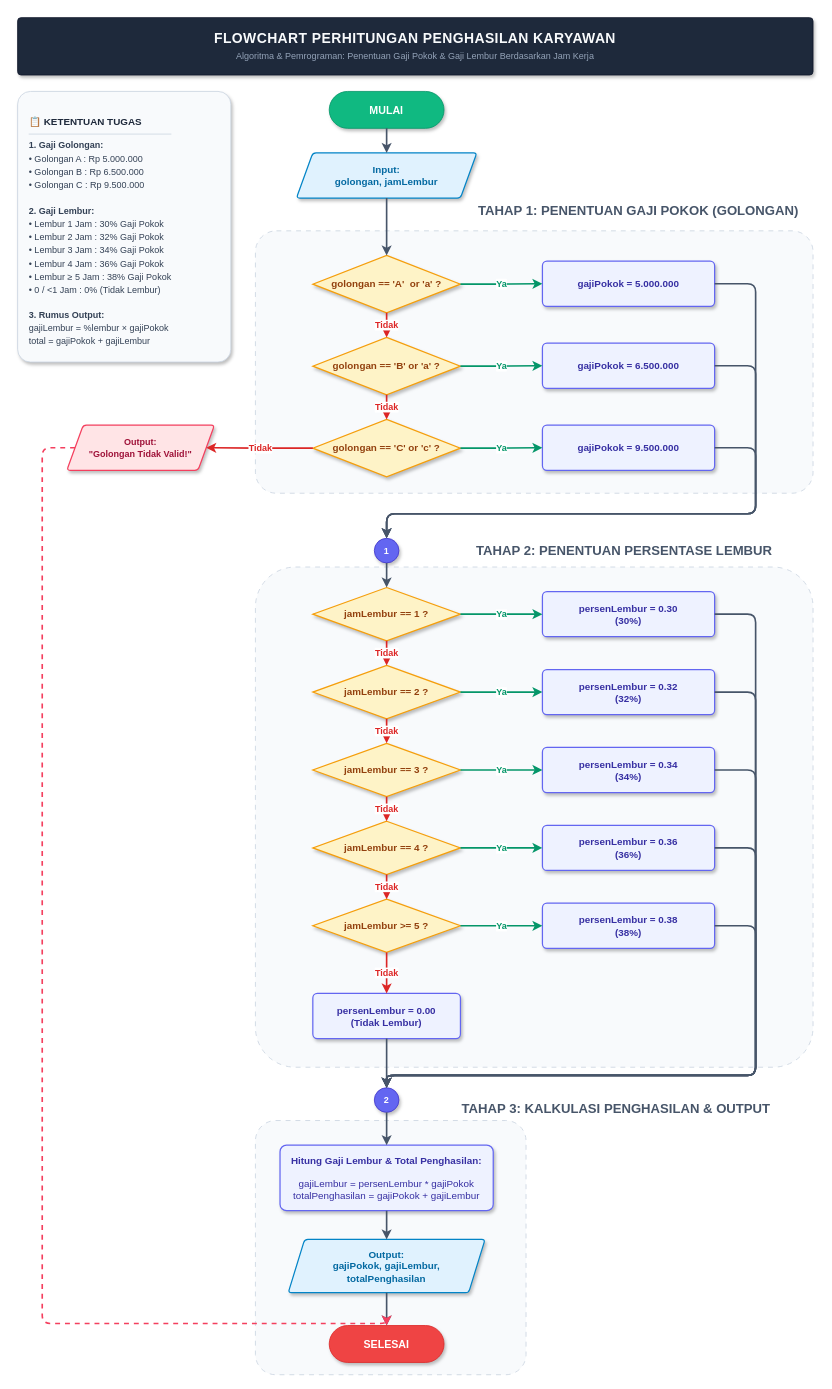
ahmad-fahrudin/tugas-1-2-dan-3-algoritma-dan-pemograman keeps this draw.io diagram as flowchart_pseudocode/flowchart_gaji_karyawan.drawio. Above is the earlier version. Source tidied: cells renumbered, new cells numbered last; positions are measured from the earlier drawing's top-left corner, leaving out a move shared by most shapes. Both pictures are drawn from the tidied source at 82%, with x=0, y=0 at pixel (17, 17).
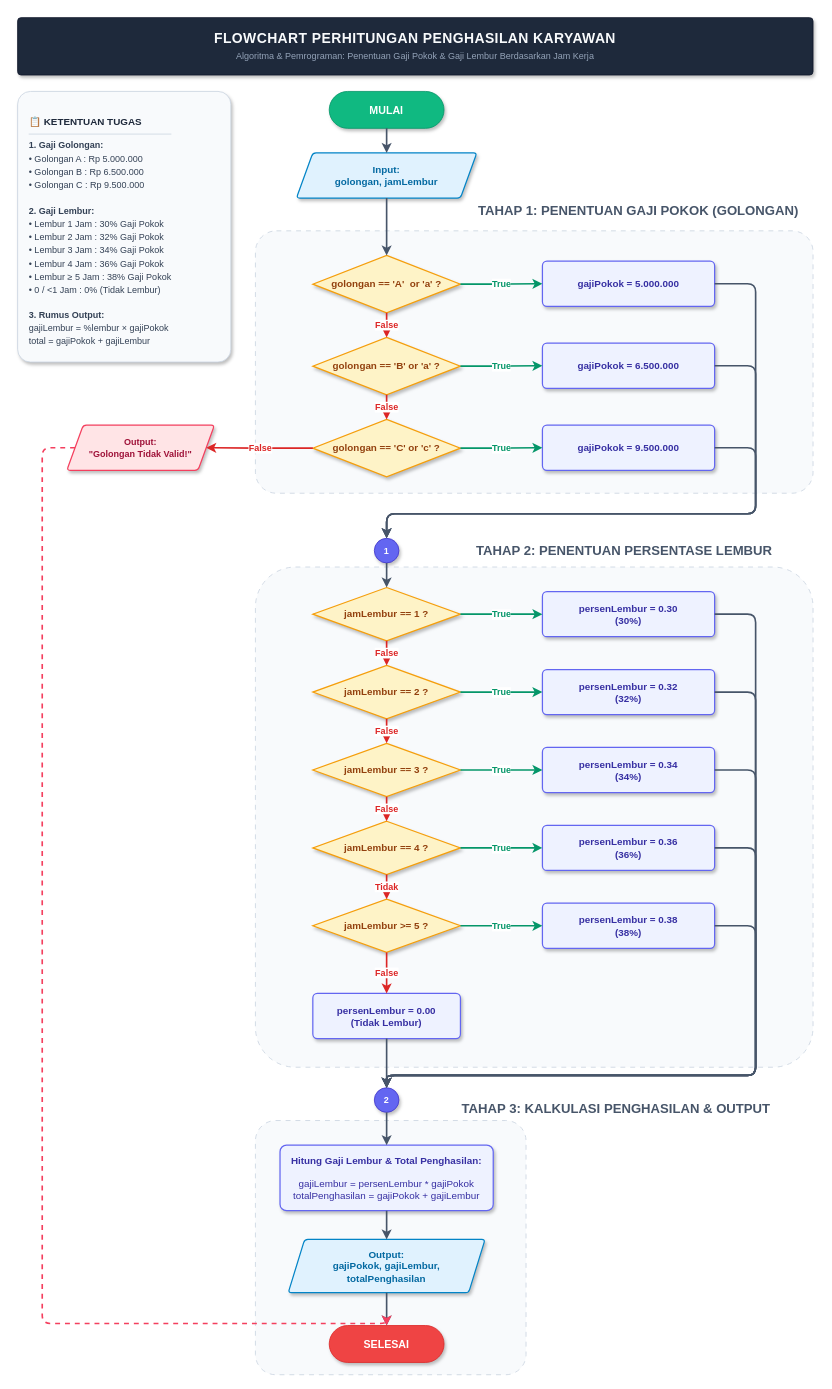
After the change.

Commit message (it also covers changes not shown here):
feat: enhance terminal UI with ANSI colors and formatted card layouts

The change refers to these unchanged cells:
```xml
<mxCell id="10" value="golongan == 'A'&amp;nbsp; or 'a' ?" style="rhombus;whiteSpace=wrap;html=1;fillColor=#fef3c7;strokeColor=#f59e0b;strokeWidth=1.5;fontColor=#92400e;fontStyle=1;fontSize=12;shadow=1;" parent="1" vertex="1">
  <mxGeometry x="360" y="290" width="180" height="70" as="geometry" />
</mxCell>
<mxCell id="11" value="gajiPokok = 5.000.000" style="rounded=1;whiteSpace=wrap;html=1;arcSize=10;fillColor=#eef2ff;strokeColor=#6366f1;strokeWidth=1.5;fontColor=#3730a3;fontStyle=1;fontSize=12;shadow=1;" parent="1" vertex="1">
  <mxGeometry x="640" y="297" width="210" height="55" as="geometry" />
</mxCell>
<mxCell id="12" value="golongan == 'B' or 'a' ?" style="rhombus;whiteSpace=wrap;html=1;fillColor=#fef3c7;strokeColor=#f59e0b;strokeWidth=1.5;fontColor=#92400e;fontStyle=1;fontSize=12;shadow=1;" parent="1" vertex="1">
  <mxGeometry x="360" y="390" width="180" height="70" as="geometry" />
</mxCell>
<mxCell id="13" value="gajiPokok = 6.500.000" style="rounded=1;whiteSpace=wrap;html=1;arcSize=10;fillColor=#eef2ff;strokeColor=#6366f1;strokeWidth=1.5;fontColor=#3730a3;fontStyle=1;fontSize=12;shadow=1;" parent="1" vertex="1">
  <mxGeometry x="640" y="397" width="210" height="55" as="geometry" />
</mxCell>
<mxCell id="14" value="golongan == 'C' or 'c' ?" style="rhombus;whiteSpace=wrap;html=1;fillColor=#fef3c7;strokeColor=#f59e0b;strokeWidth=1.5;fontColor=#92400e;fontStyle=1;fontSize=12;shadow=1;" parent="1" vertex="1">
  <mxGeometry x="360" y="490" width="180" height="70" as="geometry" />
</mxCell>
<mxCell id="15" value="gajiPokok = 9.500.000" style="rounded=1;whiteSpace=wrap;html=1;arcSize=10;fillColor=#eef2ff;strokeColor=#6366f1;strokeWidth=1.5;fontColor=#3730a3;fontStyle=1;fontSize=12;shadow=1;" parent="1" vertex="1">
  <mxGeometry x="640" y="497" width="210" height="55" as="geometry" />
</mxCell>
<mxCell id="16" value="&lt;b&gt;Output:&lt;/b&gt;&lt;br&gt;&amp;quot;Golongan Tidak Valid!&amp;quot;" style="shape=parallelogram;perimeter=parallelogramPerimeter;whiteSpace=wrap;html=1;fixedSize=1;rounded=1;arcSize=8;fillColor=#ffe4e6;strokeColor=#f43f5e;strokeWidth=1.5;fontColor=#9f1239;fontSize=11;fontStyle=1;shadow=1;" parent="1" vertex="1">
  <mxGeometry x="60" y="497" width="180" height="55" as="geometry" />
</mxCell>
<mxCell id="28" value="jamLembur == 1 ?" style="rhombus;whiteSpace=wrap;html=1;fillColor=#fef3c7;strokeColor=#f59e0b;strokeWidth=1.5;fontColor=#92400e;fontStyle=1;fontSize=12;shadow=1;" parent="1" vertex="1">
  <mxGeometry x="360" y="695" width="180" height="65" as="geometry" />
</mxCell>
<mxCell id="29" value="persenLembur = 0.30&lt;br&gt;(30%)" style="rounded=1;whiteSpace=wrap;html=1;arcSize=10;fillColor=#eef2ff;strokeColor=#6366f1;strokeWidth=1.5;fontColor=#3730a3;fontStyle=1;fontSize=12;shadow=1;" parent="1" vertex="1">
  <mxGeometry x="640" y="700" width="210" height="55" as="geometry" />
</mxCell>
<mxCell id="30" value="jamLembur == 2 ?" style="rhombus;whiteSpace=wrap;html=1;fillColor=#fef3c7;strokeColor=#f59e0b;strokeWidth=1.5;fontColor=#92400e;fontStyle=1;fontSize=12;shadow=1;" parent="1" vertex="1">
  <mxGeometry x="360" y="790" width="180" height="65" as="geometry" />
</mxCell>
<mxCell id="31" value="persenLembur = 0.32&lt;br&gt;(32%)" style="rounded=1;whiteSpace=wrap;html=1;arcSize=10;fillColor=#eef2ff;strokeColor=#6366f1;strokeWidth=1.5;fontColor=#3730a3;fontStyle=1;fontSize=12;shadow=1;" parent="1" vertex="1">
  <mxGeometry x="640" y="795" width="210" height="55" as="geometry" />
</mxCell>
<mxCell id="32" value="jamLembur == 3 ?" style="rhombus;whiteSpace=wrap;html=1;fillColor=#fef3c7;strokeColor=#f59e0b;strokeWidth=1.5;fontColor=#92400e;fontStyle=1;fontSize=12;shadow=1;" parent="1" vertex="1">
  <mxGeometry x="360" y="885" width="180" height="65" as="geometry" />
</mxCell>
<mxCell id="33" value="persenLembur = 0.34&lt;br&gt;(34%)" style="rounded=1;whiteSpace=wrap;html=1;arcSize=10;fillColor=#eef2ff;strokeColor=#6366f1;strokeWidth=1.5;fontColor=#3730a3;fontStyle=1;fontSize=12;shadow=1;" parent="1" vertex="1">
  <mxGeometry x="640" y="890" width="210" height="55" as="geometry" />
</mxCell>
<mxCell id="34" value="jamLembur == 4 ?" style="rhombus;whiteSpace=wrap;html=1;fillColor=#fef3c7;strokeColor=#f59e0b;strokeWidth=1.5;fontColor=#92400e;fontStyle=1;fontSize=12;shadow=1;" parent="1" vertex="1">
  <mxGeometry x="360" y="980" width="180" height="65" as="geometry" />
</mxCell>
<mxCell id="35" value="persenLembur = 0.36&lt;br&gt;(36%)" style="rounded=1;whiteSpace=wrap;html=1;arcSize=10;fillColor=#eef2ff;strokeColor=#6366f1;strokeWidth=1.5;fontColor=#3730a3;fontStyle=1;fontSize=12;shadow=1;" parent="1" vertex="1">
  <mxGeometry x="640" y="985" width="210" height="55" as="geometry" />
</mxCell>
<mxCell id="36" value="jamLembur &amp;gt;= 5 ?" style="rhombus;whiteSpace=wrap;html=1;fillColor=#fef3c7;strokeColor=#f59e0b;strokeWidth=1.5;fontColor=#92400e;fontStyle=1;fontSize=12;shadow=1;" parent="1" vertex="1">
  <mxGeometry x="360" y="1075" width="180" height="65" as="geometry" />
</mxCell>
<mxCell id="37" value="persenLembur = 0.38&lt;br&gt;(38%)" style="rounded=1;whiteSpace=wrap;html=1;arcSize=10;fillColor=#eef2ff;strokeColor=#6366f1;strokeWidth=1.5;fontColor=#3730a3;fontStyle=1;fontSize=12;shadow=1;" parent="1" vertex="1">
  <mxGeometry x="640" y="1080" width="210" height="55" as="geometry" />
</mxCell>
<mxCell id="38" value="persenLembur = 0.00&lt;br&gt;(Tidak Lembur)" style="rounded=1;whiteSpace=wrap;html=1;arcSize=10;fillColor=#eef2ff;strokeColor=#6366f1;strokeWidth=1.5;fontColor=#3730a3;fontStyle=1;fontSize=12;shadow=1;" parent="1" vertex="1">
  <mxGeometry x="360" y="1190" width="180" height="55" as="geometry" />
</mxCell>
```

What changed in the source:
```diff
@@
-    <mxCell id="19" value="Ya" style="edgeStyle=orthogonalEdgeStyle;rounded=1;jettySize=auto;html=1;strokeColor=#059669;strokeWidth=2;endArrow=classic;endFill=1;fontColor=#059669;fontStyle=1;fontSize=11;labelBackgroundColor=#ffffff;" parent="1" edge="1" source="10" target="11">
+    <mxCell id="19" value="True" style="edgeStyle=orthogonalEdgeStyle;rounded=1;jettySize=auto;html=1;strokeColor=#059669;strokeWidth=2;endArrow=classic;endFill=1;fontColor=#059669;fontStyle=1;fontSize=11;labelBackgroundColor=#ffffff;" parent="1" edge="1" source="10" target="11">
       <mxGeometry relative="1" as="geometry" />
     </mxCell>
-    <mxCell id="20" value="Tidak" style="edgeStyle=orthogonalEdgeStyle;rounded=1;jettySize=auto;html=1;strokeColor=#dc2626;strokeWidth=2;endArrow=classic;endFill=1;fontColor=#dc2626;fontStyle=1;fontSize=11;labelBackgroundColor=#ffffff;" parent="1" edge="1" source="10" target="12">
+    <mxCell id="20" value="False" style="edgeStyle=orthogonalEdgeStyle;rounded=1;jettySize=auto;html=1;strokeColor=#dc2626;strokeWidth=2;endArrow=classic;endFill=1;fontColor=#dc2626;fontStyle=1;fontSize=11;labelBackgroundColor=#ffffff;" parent="1" edge="1" source="10" target="12">
       <mxGeometry relative="1" as="geometry" />
     </mxCell>
-    <mxCell id="21" value="Ya" style="edgeStyle=orthogonalEdgeStyle;rounded=1;jettySize=auto;html=1;strokeColor=#059669;strokeWidth=2;endArrow=classic;endFill=1;fontColor=#059669;fontStyle=1;fontSize=11;labelBackgroundColor=#ffffff;" parent="1" edge="1" source="12" target="13">
+    <mxCell id="21" value="True" style="edgeStyle=orthogonalEdgeStyle;rounded=1;jettySize=auto;html=1;strokeColor=#059669;strokeWidth=2;endArrow=classic;endFill=1;fontColor=#059669;fontStyle=1;fontSize=11;labelBackgroundColor=#ffffff;" parent="1" edge="1" source="12" target="13">
       <mxGeometry relative="1" as="geometry" />
     </mxCell>
-    <mxCell id="22" value="Tidak" style="edgeStyle=orthogonalEdgeStyle;rounded=1;jettySize=auto;html=1;strokeColor=#dc2626;strokeWidth=2;endArrow=classic;endFill=1;fontColor=#dc2626;fontStyle=1;fontSize=11;labelBackgroundColor=#ffffff;" parent="1" edge="1" source="12" target="14">
+    <mxCell id="22" value="False" style="edgeStyle=orthogonalEdgeStyle;rounded=1;jettySize=auto;html=1;strokeColor=#dc2626;strokeWidth=2;endArrow=classic;endFill=1;fontColor=#dc2626;fontStyle=1;fontSize=11;labelBackgroundColor=#ffffff;" parent="1" edge="1" source="12" target="14">
       <mxGeometry relative="1" as="geometry" />
     </mxCell>
-    <mxCell id="23" value="Ya" style="edgeStyle=orthogonalEdgeStyle;rounded=1;jettySize=auto;html=1;strokeColor=#059669;strokeWidth=2;endArrow=classic;endFill=1;fontColor=#059669;fontStyle=1;fontSize=11;labelBackgroundColor=#ffffff;" parent="1" edge="1" source="14" target="15">
+    <mxCell id="23" value="True" style="edgeStyle=orthogonalEdgeStyle;rounded=1;jettySize=auto;html=1;strokeColor=#059669;strokeWidth=2;endArrow=classic;endFill=1;fontColor=#059669;fontStyle=1;fontSize=11;labelBackgroundColor=#ffffff;" parent="1" edge="1" source="14" target="15">
       <mxGeometry relative="1" as="geometry" />
     </mxCell>
-    <mxCell id="24" value="Tidak" style="edgeStyle=orthogonalEdgeStyle;rounded=1;jettySize=auto;html=1;strokeColor=#dc2626;strokeWidth=2;endArrow=classic;endFill=1;fontColor=#dc2626;fontStyle=1;fontSize=11;labelBackgroundColor=#ffffff;" parent="1" edge="1" source="14" target="16">
+    <mxCell id="24" value="False" style="edgeStyle=orthogonalEdgeStyle;rounded=1;jettySize=auto;html=1;strokeColor=#dc2626;strokeWidth=2;endArrow=classic;endFill=1;fontColor=#dc2626;fontStyle=1;fontSize=11;labelBackgroundColor=#ffffff;" parent="1" edge="1" source="14" target="16">
       <mxGeometry relative="1" as="geometry" />
     </mxCell>
@@
-    <mxCell id="41" value="Ya" style="edgeStyle=orthogonalEdgeStyle;rounded=1;jettySize=auto;html=1;strokeColor=#059669;strokeWidth=2;endArrow=classic;endFill=1;fontColor=#059669;fontStyle=1;fontSize=11;labelBackgroundColor=#ffffff;" parent="1" edge="1" source="28" target="29">
+    <mxCell id="41" value="True" style="edgeStyle=orthogonalEdgeStyle;rounded=1;jettySize=auto;html=1;strokeColor=#059669;strokeWidth=2;endArrow=classic;endFill=1;fontColor=#059669;fontStyle=1;fontSize=11;labelBackgroundColor=#ffffff;" parent="1" edge="1" source="28" target="29">
       <mxGeometry relative="1" as="geometry" />
     </mxCell>
-    <mxCell id="42" value="Tidak" style="edgeStyle=orthogonalEdgeStyle;rounded=1;jettySize=auto;html=1;strokeColor=#dc2626;strokeWidth=2;endArrow=classic;endFill=1;fontColor=#dc2626;fontStyle=1;fontSize=11;labelBackgroundColor=#ffffff;" parent="1" edge="1" source="28" target="30">
+    <mxCell id="42" value="False" style="edgeStyle=orthogonalEdgeStyle;rounded=1;jettySize=auto;html=1;strokeColor=#dc2626;strokeWidth=2;endArrow=classic;endFill=1;fontColor=#dc2626;fontStyle=1;fontSize=11;labelBackgroundColor=#ffffff;" parent="1" edge="1" source="28" target="30">
       <mxGeometry relative="1" as="geometry" />
     </mxCell>
-    <mxCell id="43" value="Ya" style="edgeStyle=orthogonalEdgeStyle;rounded=1;jettySize=auto;html=1;strokeColor=#059669;strokeWidth=2;endArrow=classic;endFill=1;fontColor=#059669;fontStyle=1;fontSize=11;labelBackgroundColor=#ffffff;" parent="1" edge="1" source="30" target="31">
+    <mxCell id="43" value="True" style="edgeStyle=orthogonalEdgeStyle;rounded=1;jettySize=auto;html=1;strokeColor=#059669;strokeWidth=2;endArrow=classic;endFill=1;fontColor=#059669;fontStyle=1;fontSize=11;labelBackgroundColor=#ffffff;" parent="1" edge="1" source="30" target="31">
       <mxGeometry relative="1" as="geometry" />
     </mxCell>
-    <mxCell id="44" value="Tidak" style="edgeStyle=orthogonalEdgeStyle;rounded=1;jettySize=auto;html=1;strokeColor=#dc2626;strokeWidth=2;endArrow=classic;endFill=1;fontColor=#dc2626;fontStyle=1;fontSize=11;labelBackgroundColor=#ffffff;" parent="1" edge="1" source="30" target="32">
+    <mxCell id="44" value="False" style="edgeStyle=orthogonalEdgeStyle;rounded=1;jettySize=auto;html=1;strokeColor=#dc2626;strokeWidth=2;endArrow=classic;endFill=1;fontColor=#dc2626;fontStyle=1;fontSize=11;labelBackgroundColor=#ffffff;" parent="1" edge="1" source="30" target="32">
       <mxGeometry relative="1" as="geometry" />
     </mxCell>
-    <mxCell id="45" value="Ya" style="edgeStyle=orthogonalEdgeStyle;rounded=1;jettySize=auto;html=1;strokeColor=#059669;strokeWidth=2;endArrow=classic;endFill=1;fontColor=#059669;fontStyle=1;fontSize=11;labelBackgroundColor=#ffffff;" parent="1" edge="1" source="32" target="33">
+    <mxCell id="45" value="True" style="edgeStyle=orthogonalEdgeStyle;rounded=1;jettySize=auto;html=1;strokeColor=#059669;strokeWidth=2;endArrow=classic;endFill=1;fontColor=#059669;fontStyle=1;fontSize=11;labelBackgroundColor=#ffffff;" parent="1" edge="1" source="32" target="33">
       <mxGeometry relative="1" as="geometry" />
     </mxCell>
-    <mxCell id="46" value="Tidak" style="edgeStyle=orthogonalEdgeStyle;rounded=1;jettySize=auto;html=1;strokeColor=#dc2626;strokeWidth=2;endArrow=classic;endFill=1;fontColor=#dc2626;fontStyle=1;fontSize=11;labelBackgroundColor=#ffffff;" parent="1" edge="1" source="32" target="34">
+    <mxCell id="46" value="False" style="edgeStyle=orthogonalEdgeStyle;rounded=1;jettySize=auto;html=1;strokeColor=#dc2626;strokeWidth=2;endArrow=classic;endFill=1;fontColor=#dc2626;fontStyle=1;fontSize=11;labelBackgroundColor=#ffffff;" parent="1" edge="1" source="32" target="34">
       <mxGeometry relative="1" as="geometry" />
     </mxCell>
-    <mxCell id="47" value="Ya" style="edgeStyle=orthogonalEdgeStyle;rounded=1;jettySize=auto;html=1;strokeColor=#059669;strokeWidth=2;endArrow=classic;endFill=1;fontColor=#059669;fontStyle=1;fontSize=11;labelBackgroundColor=#ffffff;" parent="1" edge="1" source="34" target="35">
+    <mxCell id="47" value="True" style="edgeStyle=orthogonalEdgeStyle;rounded=1;jettySize=auto;html=1;strokeColor=#059669;strokeWidth=2;endArrow=classic;endFill=1;fontColor=#059669;fontStyle=1;fontSize=11;labelBackgroundColor=#ffffff;" parent="1" edge="1" source="34" target="35">
       <mxGeometry relative="1" as="geometry" />
     </mxCell>
@@
-    <mxCell id="49" value="Ya" style="edgeStyle=orthogonalEdgeStyle;rounded=1;jettySize=auto;html=1;strokeColor=#059669;strokeWidth=2;endArrow=classic;endFill=1;fontColor=#059669;fontStyle=1;fontSize=11;labelBackgroundColor=#ffffff;" parent="1" edge="1" source="36" target="37">
+    <mxCell id="49" value="True" style="edgeStyle=orthogonalEdgeStyle;rounded=1;jettySize=auto;html=1;strokeColor=#059669;strokeWidth=2;endArrow=classic;endFill=1;fontColor=#059669;fontStyle=1;fontSize=11;labelBackgroundColor=#ffffff;" parent="1" edge="1" source="36" target="37">
       <mxGeometry relative="1" as="geometry" />
     </mxCell>
-    <mxCell id="50" value="Tidak" style="edgeStyle=orthogonalEdgeStyle;rounded=1;jettySize=auto;html=1;strokeColor=#dc2626;strokeWidth=2;endArrow=classic;endFill=1;fontColor=#dc2626;fontStyle=1;fontSize=11;labelBackgroundColor=#ffffff;" parent="1" edge="1" source="36" target="38">
+    <mxCell id="50" value="False" style="edgeStyle=orthogonalEdgeStyle;rounded=1;jettySize=auto;html=1;strokeColor=#dc2626;strokeWidth=2;endArrow=classic;endFill=1;fontColor=#dc2626;fontStyle=1;fontSize=11;labelBackgroundColor=#ffffff;" parent="1" edge="1" source="36" target="38">
       <mxGeometry relative="1" as="geometry" />
     </mxCell>
```
